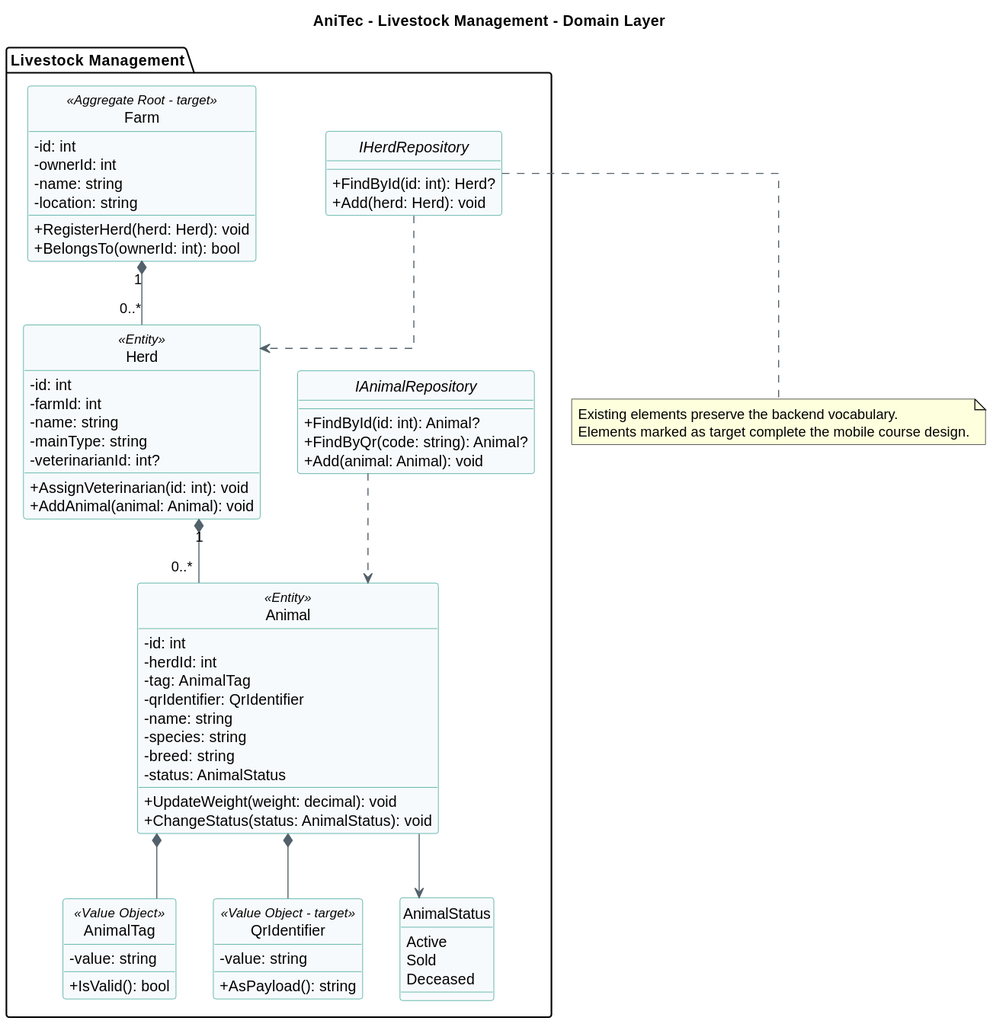
ADM-1ACC0238-2620-13975-Grupo01/Informe keeps this PlantUML diagram as markdown/assets/codefordiagrams/2-6-3-Bounded-Context-Livestock-Management/2-6-3-domain-layer-class-diagram.svg. Above is the earlier version. The source it was exported from:
```plantuml
@startuml
title AniTec - Livestock Management - Domain Layer
hide circle
skinparam classAttributeIconSize 0
skinparam shadowing false
skinparam linetype ortho
skinparam class {
  BackgroundColor #F7FAFC
  BorderColor #2A9D8F
  ArrowColor #52616B
}

package "Livestock Management" {
class Farm <<Aggregate Root - target>> {
  -id: int
  -ownerId: int
  -name: string
  -location: string
  +RegisterHerd(herd: Herd): void
  +BelongsTo(ownerId: int): bool
}
class Herd <<Entity>> {
  -id: int
  -farmId: int
  -name: string
  -mainType: string
  -veterinarianId: int?
  +AssignVeterinarian(id: int): void
  +AddAnimal(animal: Animal): void
}
class Animal <<Entity>> {
  -id: int
  -herdId: int
  -tag: AnimalTag
  -qrIdentifier: QrIdentifier
  -name: string
  -species: string
  -breed: string
  -status: AnimalStatus
  +UpdateWeight(weight: decimal): void
  +ChangeStatus(status: AnimalStatus): void
}
class AnimalTag <<Value Object>> {
  -value: string
  +IsValid(): bool
}
class QrIdentifier <<Value Object - target>> {
  -value: string
  +AsPayload(): string
}
enum AnimalStatus {
  Active
  Sold
  Deceased
}
interface IAnimalRepository {
  +FindById(id: int): Animal?
  +FindByQr(code: string): Animal?
  +Add(animal: Animal): void
}
interface IHerdRepository {
  +FindById(id: int): Herd?
  +Add(herd: Herd): void
}
Farm "1" *-- "0..*" Herd
Herd "1" *-- "0..*" Animal
Animal *-- AnimalTag
Animal *-- QrIdentifier
Animal --> AnimalStatus
IAnimalRepository ..> Animal
IHerdRepository ..> Herd
}

note bottom
  Existing elements preserve the backend vocabulary.
  Elements marked as target complete the mobile course design.
end note
@enduml
```
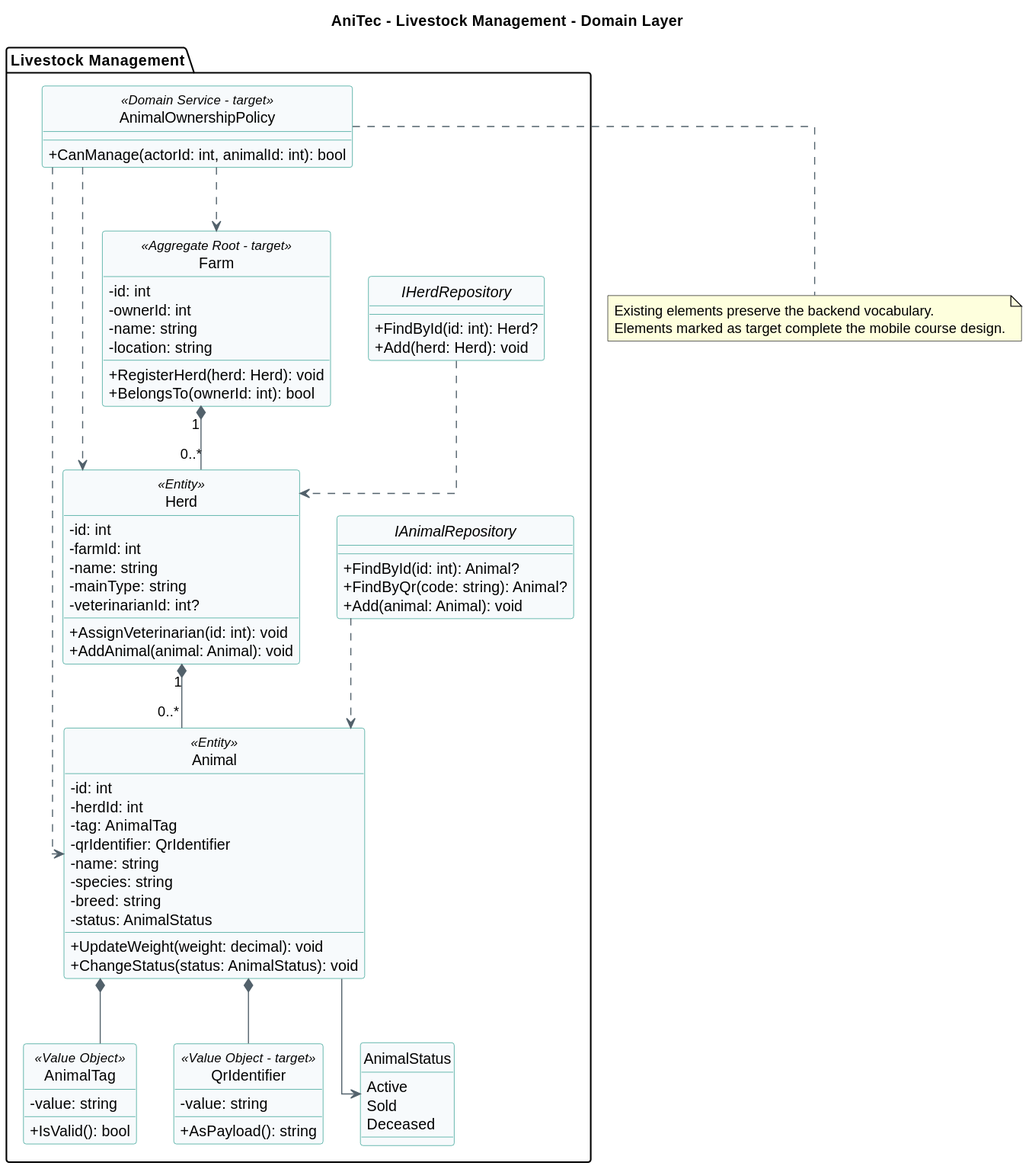
Above is the later version.

What changed in the source:
```diff
@@ -69,6 +69,12 @@
 Animal --> AnimalStatus
 IAnimalRepository ..> Animal
 IHerdRepository ..> Herd
+class AnimalOwnershipPolicy <<Domain Service - target>> {
+  +CanManage(actorId: int, animalId: int): bool
+}
+AnimalOwnershipPolicy ..> Farm
+AnimalOwnershipPolicy ..> Herd
+AnimalOwnershipPolicy ..> Animal
 }
 
 note bottom
```
